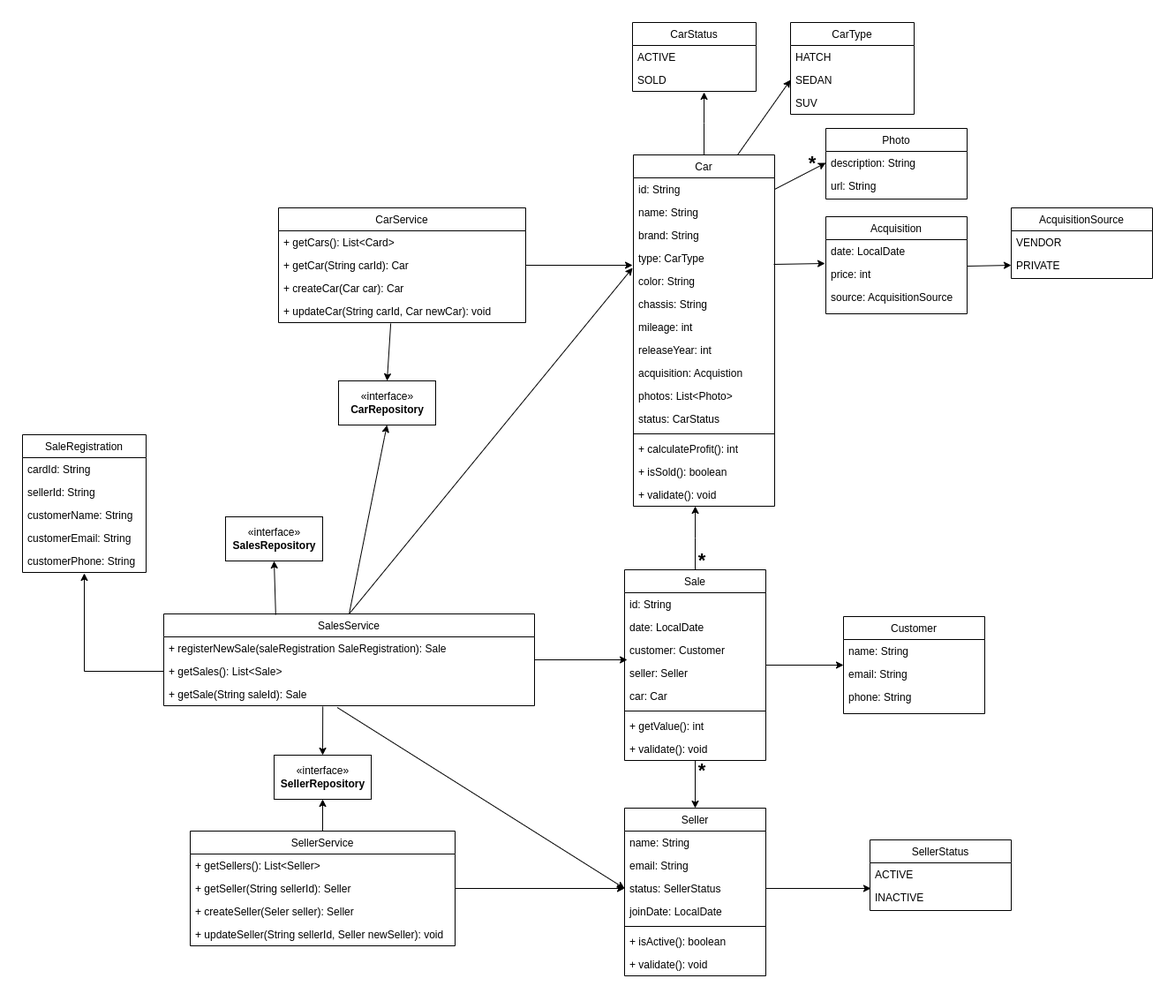
This is docs/class_diagram.png from C0lliNN/car_dealership, a draw.io export, as it was before one commit. Source tidied: cells renumbered, new cells last; positions are measured from the earlier drawing's top-left corner, leaving out a move shared by most shapes.
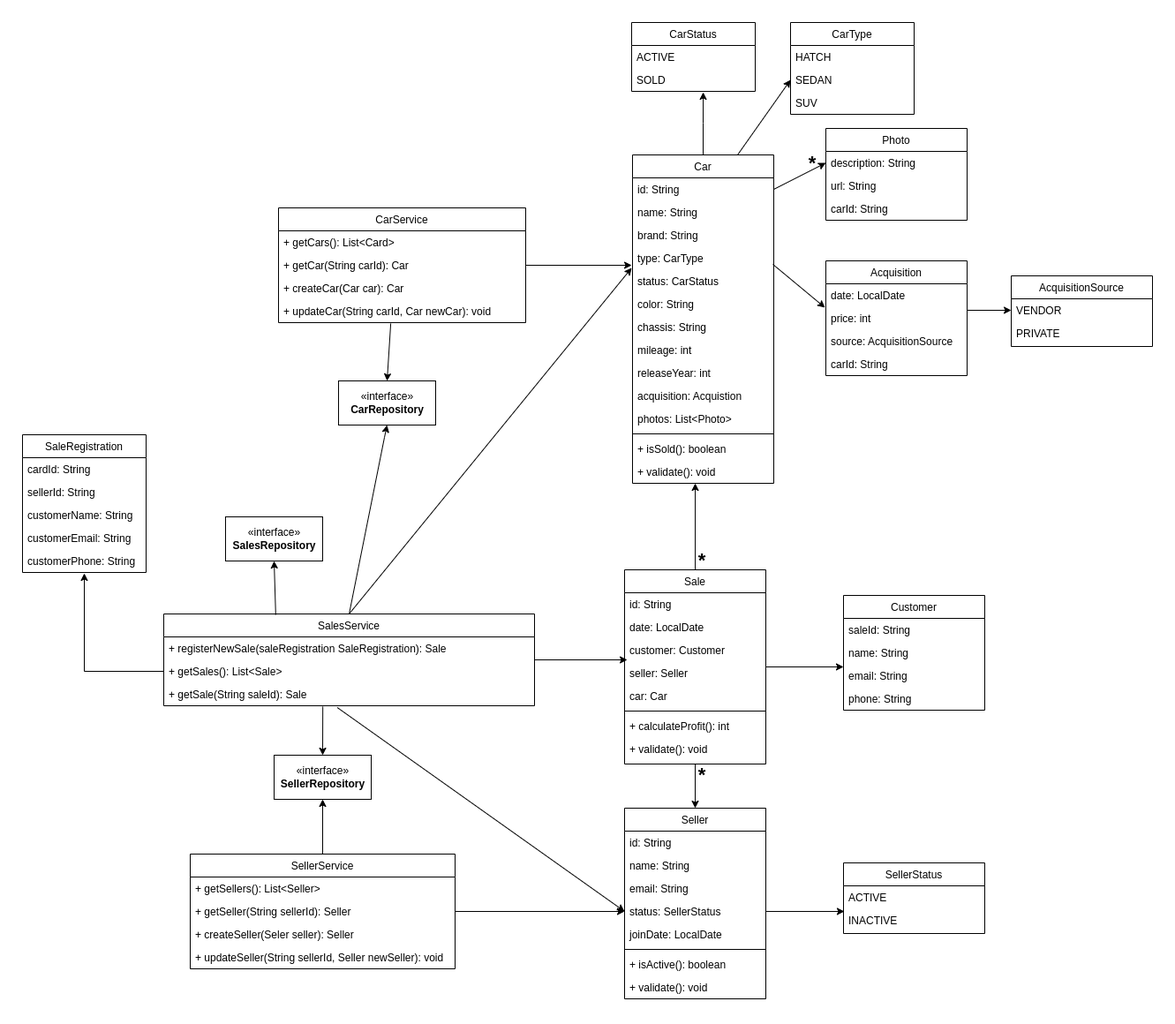
The same file after the commit.

Change to the diagram source:
```diff
@@ -6,7 +6,7 @@
       <mxGeometry relative="1" as="geometry" />
     </mxCell>
     <mxCell id="3" value="Car" style="swimlane;fontStyle=0;align=center;verticalAlign=top;horizontal=1;startSize=26;rounded=0;shadow=0;strokeWidth=1;" parent="1" vertex="1">
-      <mxGeometry x="692" y="150" width="160" height="398" as="geometry" />
+      <mxGeometry x="691" y="150" width="160" height="372" as="geometry" />
     </mxCell>
     <mxCell id="4" value="id: String" style="text;align=left;verticalAlign=top;spacingLeft=4;spacingRight=4;overflow=hidden;points=[[0,0.5],[1,0.5]];portConstraint=eastwest;" parent="3" vertex="1">
       <mxGeometry y="26" width="160" height="26" as="geometry" />
@@ -20,41 +20,38 @@
     <mxCell id="7" value="type: CarType" style="text;align=left;verticalAlign=top;spacingLeft=4;spacingRight=4;overflow=hidden;points=[[0,0.5],[1,0.5]];portConstraint=eastwest;rounded=0;shadow=0;html=0;" parent="3" vertex="1">
       <mxGeometry y="104" width="160" height="26" as="geometry" />
     </mxCell>
+    <mxCell id="14" value="status: CarStatus" style="text;align=left;verticalAlign=top;spacingLeft=4;spacingRight=4;overflow=hidden;rounded=0;shadow=0;html=0;" parent="3" vertex="1">
+      <mxGeometry y="130" width="160" height="26" as="geometry" />
+    </mxCell>
     <mxCell id="8" value="color: String" style="text;align=left;verticalAlign=top;spacingLeft=4;spacingRight=4;overflow=hidden;rounded=0;shadow=0;html=0;" parent="3" vertex="1">
-      <mxGeometry y="130" width="160" height="26" as="geometry" />
+      <mxGeometry y="156" width="160" height="26" as="geometry" />
     </mxCell>
     <mxCell id="9" value="chassis: String" style="text;align=left;verticalAlign=top;spacingLeft=4;spacingRight=4;overflow=hidden;rounded=0;shadow=0;html=0;" parent="3" vertex="1">
-      <mxGeometry y="156" width="160" height="26" as="geometry" />
+      <mxGeometry y="182" width="160" height="26" as="geometry" />
     </mxCell>
     <mxCell id="10" value="mileage: int" style="text;align=left;verticalAlign=top;spacingLeft=4;spacingRight=4;overflow=hidden;rounded=0;shadow=0;html=0;" parent="3" vertex="1">
-      <mxGeometry y="182" width="160" height="26" as="geometry" />
+      <mxGeometry y="208" width="160" height="26" as="geometry" />
     </mxCell>
     <mxCell id="11" value="releaseYear: int" style="text;align=left;verticalAlign=top;spacingLeft=4;spacingRight=4;overflow=hidden;rounded=0;shadow=0;html=0;" parent="3" vertex="1">
-      <mxGeometry y="208" width="160" height="26" as="geometry" />
+      <mxGeometry y="234" width="160" height="26" as="geometry" />
     </mxCell>
     <mxCell id="12" value="acquisition: Acquistion" style="text;align=left;verticalAlign=top;spacingLeft=4;spacingRight=4;overflow=hidden;rounded=0;shadow=0;html=0;" parent="3" vertex="1">
-      <mxGeometry y="234" width="160" height="26" as="geometry" />
+      <mxGeometry y="260" width="160" height="26" as="geometry" />
     </mxCell>
     <mxCell id="13" value="photos: List&lt;Photo&gt;" style="text;align=left;verticalAlign=top;spacingLeft=4;spacingRight=4;overflow=hidden;rounded=0;shadow=0;html=0;" parent="3" vertex="1">
-      <mxGeometry y="260" width="160" height="26" as="geometry" />
+      <mxGeometry y="286" width="160" height="26" as="geometry" />
     </mxCell>
-    <mxCell id="14" value="status: CarStatus" style="text;align=left;verticalAlign=top;spacingLeft=4;spacingRight=4;overflow=hidden;rounded=0;shadow=0;html=0;" parent="3" vertex="1">
-      <mxGeometry y="286" width="160" height="26" as="geometry" />
-    </mxCell>
     <mxCell id="15" style="line;html=1;strokeWidth=1;align=left;verticalAlign=middle;spacingTop=-1;spacingLeft=3;spacingRight=3;labelPosition=right;" parent="3" vertex="1">
       <mxGeometry y="312" width="160" height="8" as="geometry" />
     </mxCell>
-    <mxCell id="16" value="+ calculateProfit(): int" style="text;align=left;verticalAlign=top;spacingLeft=4;spacingRight=4;overflow=hidden;" parent="3" vertex="1">
-      <mxGeometry y="320" width="160" height="26" as="geometry" />
-    </mxCell>
     <mxCell id="17" value="+ isSold(): boolean" style="text;align=left;verticalAlign=top;spacingLeft=4;spacingRight=4;overflow=hidden;" parent="3" vertex="1">
-      <mxGeometry y="346" width="160" height="26" as="geometry" />
+      <mxGeometry y="320" width="160" height="26" as="geometry" />
     </mxCell>
     <mxCell id="18" value="+ validate(): void" style="text;align=left;verticalAlign=top;spacingLeft=4;spacingRight=4;overflow=hidden;points=[[0,0.5],[1,0.5]];portConstraint=eastwest;" parent="3" vertex="1">
-      <mxGeometry y="372" width="160" height="26" as="geometry" />
+      <mxGeometry y="346" width="160" height="26" as="geometry" />
     </mxCell>
     <mxCell id="19" value="CarStatus" style="swimlane;fontStyle=0;horizontal=1;startSize=26;fillColor=none;" parent="1" vertex="1">
-      <mxGeometry x="691" width="140" height="78" as="geometry" />
+      <mxGeometry x="690" width="140" height="78" as="geometry" />
     </mxCell>
     <mxCell id="20" value="ACTIVE" style="text;strokeColor=none;fillColor=none;align=left;verticalAlign=top;spacingLeft=4;spacingRight=4;overflow=hidden;" parent="19" vertex="1">
       <mxGeometry y="26" width="140" height="26" as="geometry" />
@@ -63,7 +60,7 @@
       <mxGeometry y="52" width="140" height="26" as="geometry" />
     </mxCell>
     <mxCell id="22" value="Acquisition" style="swimlane;fontStyle=0;align=center;verticalAlign=top;horizontal=1;startSize=26;rounded=0;shadow=0;strokeWidth=1;" parent="1" vertex="1">
-      <mxGeometry x="910" y="220" width="160" height="110" as="geometry" />
+      <mxGeometry x="910" y="270" width="160" height="130" as="geometry" />
     </mxCell>
     <mxCell id="23" value="date: LocalDate" style="text;align=left;verticalAlign=top;spacingLeft=4;spacingRight=4;overflow=hidden;" parent="22" vertex="1">
       <mxGeometry y="26" width="160" height="26" as="geometry" />
@@ -74,8 +71,11 @@
     <mxCell id="25" value="source: AcquisitionSource" style="text;align=left;verticalAlign=top;spacingLeft=4;spacingRight=4;overflow=hidden;rounded=0;shadow=0;html=0;" parent="22" vertex="1">
       <mxGeometry y="78" width="160" height="26" as="geometry" />
     </mxCell>
+    <mxCell id="105" value="carId: String" style="text;align=left;verticalAlign=top;spacingLeft=4;spacingRight=4;overflow=hidden;rounded=0;shadow=0;html=0;" parent="22" vertex="1">
+      <mxGeometry y="104" width="160" height="26" as="geometry" />
+    </mxCell>
     <mxCell id="26" value="AcquisitionSource" style="swimlane;fontStyle=0;align=center;verticalAlign=top;horizontal=1;startSize=26;rounded=0;shadow=0;strokeWidth=1;" parent="1" vertex="1">
-      <mxGeometry x="1120" y="210" width="160" height="80" as="geometry" />
+      <mxGeometry x="1120" y="287" width="160" height="80" as="geometry" />
     </mxCell>
     <mxCell id="27" value="VENDOR" style="text;align=left;verticalAlign=top;spacingLeft=4;spacingRight=4;overflow=hidden;points=[[0,0.5],[1,0.5]];portConstraint=eastwest;" parent="26" vertex="1">
       <mxGeometry y="26" width="160" height="26" as="geometry" />
@@ -89,11 +89,11 @@
     <mxCell id="30" style="edgeStyle=orthogonalEdgeStyle;rounded=0;jettySize=auto;html=1;entryX=0.5;entryY=0;entryDx=0;entryDy=0;fontSize=22;" parent="1" edge="1" source="32" target="48">
       <mxGeometry relative="1" as="geometry" />
     </mxCell>
-    <mxCell id="31" style="edgeStyle=orthogonalEdgeStyle;rounded=0;jettySize=auto;html=1;fontSize=22;entryX=0.438;entryY=1;entryDx=0;entryDy=0;entryPerimeter=0;" parent="1" edge="1" source="32" target="18">
+    <mxCell id="31" style="edgeStyle=orthogonalEdgeStyle;rounded=0;jettySize=auto;html=1;fontSize=22;entryX=0.444;entryY=1;entryDx=0;entryDy=0;entryPerimeter=0;" parent="1" edge="1" source="32" target="18">
       <mxGeometry relative="1" as="geometry" />
     </mxCell>
     <mxCell id="32" value="Sale" style="swimlane;fontStyle=0;align=center;verticalAlign=top;horizontal=1;startSize=26;rounded=0;shadow=0;strokeWidth=1;" parent="1" vertex="1">
-      <mxGeometry x="682" y="620" width="160" height="216" as="geometry" />
+      <mxGeometry x="682" y="620" width="160" height="220" as="geometry" />
     </mxCell>
     <mxCell id="33" value="id: String" style="text;align=left;verticalAlign=top;spacingLeft=4;spacingRight=4;overflow=hidden;" parent="32" vertex="1">
       <mxGeometry y="26" width="160" height="26" as="geometry" />
@@ -113,14 +113,14 @@
     <mxCell id="38" style="line;strokeWidth=1;fillColor=none;align=left;verticalAlign=middle;spacingTop=-1;spacingLeft=3;spacingRight=3;labelPosition=right;" parent="32" vertex="1">
       <mxGeometry y="156" width="160" height="8" as="geometry" />
     </mxCell>
-    <mxCell id="39" value="+ getValue(): int" style="text;align=left;verticalAlign=top;spacingLeft=4;spacingRight=4;overflow=hidden;rounded=0;shadow=0;html=0;" parent="32" vertex="1">
-      <mxGeometry y="164" width="160" height="26" as="geometry" />
-    </mxCell>
+    <mxCell id="16" value="+ calculateProfit(): int" style="text;align=left;verticalAlign=top;spacingLeft=4;spacingRight=4;overflow=hidden;rounded=0;shadow=0;html=0;" parent="32" vertex="1">
+      <mxGeometry y="164" width="160" height="26" as="geometry" />
+    </mxCell>
     <mxCell id="40" value="+ validate(): void" style="text;align=left;verticalAlign=top;spacingLeft=4;spacingRight=4;overflow=hidden;rounded=0;shadow=0;html=0;" parent="32" vertex="1">
       <mxGeometry y="190" width="160" height="26" as="geometry" />
     </mxCell>
     <mxCell id="41" value="Photo" style="swimlane;fontStyle=0;align=center;verticalAlign=top;horizontal=1;startSize=26;rounded=0;shadow=0;strokeWidth=1;" parent="1" vertex="1">
-      <mxGeometry x="910" y="120" width="160" height="80" as="geometry" />
+      <mxGeometry x="910" y="120" width="160" height="104" as="geometry" />
     </mxCell>
     <mxCell id="42" value="description: String" style="text;align=left;verticalAlign=top;spacingLeft=4;spacingRight=4;overflow=hidden;points=[[0,0.5],[1,0.5]];portConstraint=eastwest;" parent="41" vertex="1">
       <mxGeometry y="26" width="160" height="26" as="geometry" />
@@ -128,6 +128,9 @@
     <mxCell id="43" value="url: String" style="text;align=left;verticalAlign=top;spacingLeft=4;spacingRight=4;overflow=hidden;rounded=0;shadow=0;html=0;" parent="41" vertex="1">
       <mxGeometry y="52" width="160" height="26" as="geometry" />
     </mxCell>
+    <mxCell id="106" value="carId: String" style="text;align=left;verticalAlign=top;spacingLeft=4;spacingRight=4;overflow=hidden;rounded=0;shadow=0;html=0;" parent="41" vertex="1">
+      <mxGeometry y="78" width="160" height="26" as="geometry" />
+    </mxCell>
     <mxCell id="44" value="CarType" style="swimlane;fontStyle=0;horizontal=1;startSize=26;fillColor=none;" parent="1" vertex="1">
       <mxGeometry x="870" width="140" height="104" as="geometry" />
     </mxCell>
@@ -141,31 +144,34 @@
       <mxGeometry y="78" width="140" height="26" as="geometry" />
     </mxCell>
     <mxCell id="48" value="Seller" style="swimlane;fontStyle=0;align=center;verticalAlign=top;horizontal=1;startSize=26;rounded=0;shadow=0;strokeWidth=1;" parent="1" vertex="1">
-      <mxGeometry x="682" y="890" width="160" height="190" as="geometry" />
+      <mxGeometry x="682" y="890" width="160" height="216" as="geometry" />
     </mxCell>
+    <mxCell id="107" value="id: String" style="text;align=left;verticalAlign=top;spacingLeft=4;spacingRight=4;overflow=hidden;" parent="48" vertex="1">
+      <mxGeometry y="26" width="160" height="26" as="geometry" />
+    </mxCell>
     <mxCell id="49" value="name: String" style="text;align=left;verticalAlign=top;spacingLeft=4;spacingRight=4;overflow=hidden;" parent="48" vertex="1">
-      <mxGeometry y="26" width="160" height="26" as="geometry" />
+      <mxGeometry y="52" width="160" height="26" as="geometry" />
     </mxCell>
     <mxCell id="50" value="email: String" style="text;align=left;verticalAlign=top;spacingLeft=4;spacingRight=4;overflow=hidden;rounded=0;shadow=0;html=0;" parent="48" vertex="1">
-      <mxGeometry y="52" width="160" height="26" as="geometry" />
+      <mxGeometry y="78" width="160" height="26" as="geometry" />
     </mxCell>
     <mxCell id="51" value="status: SellerStatus" style="text;align=left;verticalAlign=top;spacingLeft=4;spacingRight=4;overflow=hidden;points=[[0,0.5],[1,0.5]];portConstraint=eastwest;rounded=0;shadow=0;html=0;" parent="48" vertex="1">
-      <mxGeometry y="78" width="160" height="26" as="geometry" />
+      <mxGeometry y="104" width="160" height="26" as="geometry" />
     </mxCell>
     <mxCell id="52" value="joinDate: LocalDate" style="text;align=left;verticalAlign=top;spacingLeft=4;spacingRight=4;overflow=hidden;rounded=0;shadow=0;html=0;" parent="48" vertex="1">
-      <mxGeometry y="104" width="160" height="26" as="geometry" />
+      <mxGeometry y="130" width="160" height="26" as="geometry" />
     </mxCell>
     <mxCell id="53" style="line;html=1;strokeWidth=1;align=left;verticalAlign=middle;spacingTop=-1;spacingLeft=3;spacingRight=3;labelPosition=right;" parent="48" vertex="1">
-      <mxGeometry y="130" width="160" height="8" as="geometry" />
+      <mxGeometry y="156" width="160" height="8" as="geometry" />
     </mxCell>
     <mxCell id="54" value="+ isActive(): boolean" style="text;align=left;verticalAlign=top;spacingLeft=4;spacingRight=4;overflow=hidden;" parent="48" vertex="1">
-      <mxGeometry y="138" width="160" height="26" as="geometry" />
+      <mxGeometry y="164" width="160" height="26" as="geometry" />
     </mxCell>
     <mxCell id="55" value="+ validate(): void" style="text;align=left;verticalAlign=top;spacingLeft=4;spacingRight=4;overflow=hidden;" parent="48" vertex="1">
-      <mxGeometry y="164" width="160" height="26" as="geometry" />
+      <mxGeometry y="190" width="160" height="26" as="geometry" />
     </mxCell>
     <mxCell id="56" value="SellerStatus" style="swimlane;fontStyle=0;align=center;verticalAlign=top;horizontal=1;startSize=26;rounded=0;shadow=0;strokeWidth=1;" parent="1" vertex="1">
-      <mxGeometry x="960" y="926" width="160" height="80" as="geometry" />
+      <mxGeometry x="930" y="952" width="160" height="80" as="geometry" />
     </mxCell>
     <mxCell id="57" value="ACTIVE" style="text;align=left;verticalAlign=top;spacingLeft=4;spacingRight=4;overflow=hidden;" parent="56" vertex="1">
       <mxGeometry y="26" width="160" height="26" as="geometry" />
@@ -190,23 +196,26 @@
     <mxCell id="63" value="*" style="text;align=center;fontStyle=1;verticalAlign=middle;spacingLeft=3;spacingRight=3;strokeColor=none;fontSize=22;" parent="1" vertex="1">
       <mxGeometry x="850" y="140" width="90" height="33" as="geometry" />
     </mxCell>
-    <mxCell id="64" style="endArrow=classic;html=1;rounded=0;exitX=1;exitY=0.154;exitDx=0;exitDy=0;exitPerimeter=0;entryX=0;entryY=0.5;entryDx=0;entryDy=0;" parent="1" edge="1" source="24" target="28">
+    <mxCell id="64" style="endArrow=classic;html=1;rounded=0;exitX=1;exitY=0.154;exitDx=0;exitDy=0;exitPerimeter=0;entryX=0;entryY=0.5;entryDx=0;entryDy=0;" parent="1" edge="1" source="24" target="27">
       <mxGeometry relative="1" as="geometry" />
     </mxCell>
     <mxCell id="65" value="Customer" style="swimlane;fontStyle=0;align=center;verticalAlign=top;horizontal=1;startSize=26;rounded=0;shadow=0;strokeWidth=1;" parent="1" vertex="1">
-      <mxGeometry x="930" y="673" width="160" height="110" as="geometry" />
+      <mxGeometry x="930" y="649" width="160" height="130" as="geometry" />
     </mxCell>
+    <mxCell id="108" value="saleId: String" style="text;align=left;verticalAlign=top;spacingLeft=4;spacingRight=4;overflow=hidden;" parent="65" vertex="1">
+      <mxGeometry y="26" width="160" height="26" as="geometry" />
+    </mxCell>
     <mxCell id="66" value="name: String" style="text;align=left;verticalAlign=top;spacingLeft=4;spacingRight=4;overflow=hidden;" parent="65" vertex="1">
-      <mxGeometry y="26" width="160" height="26" as="geometry" />
+      <mxGeometry y="52" width="160" height="26" as="geometry" />
     </mxCell>
     <mxCell id="67" value="email: String" style="text;align=left;verticalAlign=top;spacingLeft=4;spacingRight=4;overflow=hidden;points=[[0,0.5],[1,0.5]];portConstraint=eastwest;rounded=0;shadow=0;html=0;" parent="65" vertex="1">
-      <mxGeometry y="52" width="160" height="26" as="geometry" />
+      <mxGeometry y="78" width="160" height="26" as="geometry" />
     </mxCell>
     <mxCell id="68" value="phone: String" style="text;align=left;verticalAlign=top;spacingLeft=4;spacingRight=4;overflow=hidden;rounded=0;shadow=0;html=0;" parent="65" vertex="1">
-      <mxGeometry y="78" width="160" height="26" as="geometry" />
+      <mxGeometry y="104" width="160" height="26" as="geometry" />
     </mxCell>
     <mxCell id="69" value="*" style="text;align=center;fontStyle=1;verticalAlign=middle;spacingLeft=3;spacingRight=3;strokeColor=none;fontSize=22;" parent="1" vertex="1">
-      <mxGeometry x="725" y="828" width="90" height="33" as="geometry" />
+      <mxGeometry x="725" y="833" width="90" height="33" as="geometry" />
     </mxCell>
     <mxCell id="70" value="*" style="text;align=center;fontStyle=1;verticalAlign=middle;spacingLeft=3;spacingRight=3;strokeColor=none;fontSize=22;" parent="1" vertex="1">
       <mxGeometry x="725" y="590" width="90" height="33" as="geometry" />
@@ -254,7 +263,7 @@
       <mxGeometry relative="1" as="geometry" />
     </mxCell>
     <mxCell id="85" value="SellerService" style="swimlane;fontStyle=0;horizontal=1;startSize=26;fillColor=none;" parent="1" vertex="1">
-      <mxGeometry x="190" y="916" width="300" height="130" as="geometry" />
+      <mxGeometry x="190" y="942" width="300" height="130" as="geometry" />
     </mxCell>
     <mxCell id="86" value="+ getSellers(): List&lt;Seller&gt;" style="text;strokeColor=none;fillColor=none;align=left;verticalAlign=top;spacingLeft=4;spacingRight=4;overflow=hidden;" parent="85" vertex="1">
       <mxGeometry y="26" width="300" height="26" as="geometry" />
```
